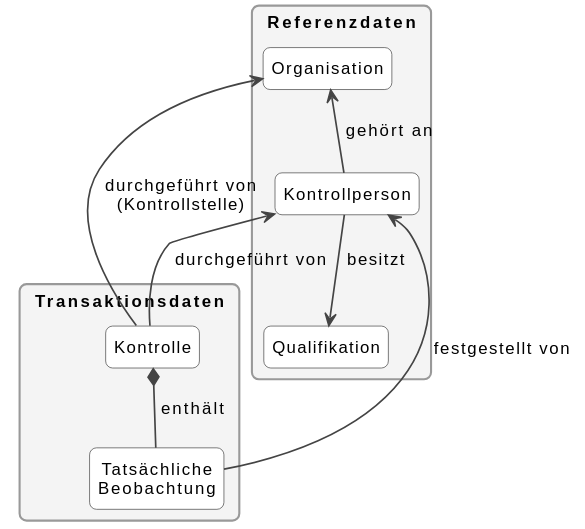
Above: docs/de/assets/excerpts/kontrollperson.svg in blw-ofag-ufag/eCH-0264 (PlantUML), before the change. Source of this version:
```plantuml
@startuml
!pragma layout smetana
skinparam shadowing false
skinparam roundCorner 10
skinparam packageStyle rectangle
skinparam defaultFontSize 12
skinparam Padding 3
skinparam ArrowColor #444444
skinparam ArrowThickness 1.2
skinparam classBorderColor #444444
skinparam classBackgroundColor #FFFFFF
skinparam packageBorderColor #999999
skinparam packageBackgroundColor #F4F4F4
hide circle
hide empty members
package "Referenzdaten" as REF {
  class "Organisation" as ORG
  class "Kontrollperson" as PER
  class "Qualifikation" as QUA
}
package "Transaktionsdaten" as TRX {
  class "Kontrolle" as KON
  class "Tatsächliche\nBeobachtung" as BEO
}
PER -up-> ORG : gehört an
PER --> QUA : besitzt
KON *-down- BEO : enthält
KON -up-> ORG : durchgeführt von\n(Kontrollstelle)
KON -up-> PER : durchgeführt von
BEO -up-> PER : festgestellt von
@enduml
```
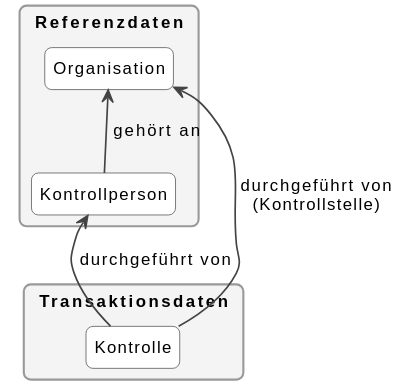
The same diagram one commit later.

Commit message:
Model one Kontrollperson per Kontrolle with its qualifications

What changed in the source:
```diff
@@ -16,16 +16,11 @@
 package "Referenzdaten" as REF {
   class "Organisation" as ORG
   class "Kontrollperson" as PER
-  class "Qualifikation" as QUA
 }
 package "Transaktionsdaten" as TRX {
   class "Kontrolle" as KON
-  class "Tatsächliche\nBeobachtung" as BEO
 }
 PER -up-> ORG : gehört an
-PER --> QUA : besitzt
-KON *-down- BEO : enthält
 KON -up-> ORG : durchgeführt von\n(Kontrollstelle)
 KON -up-> PER : durchgeführt von
-BEO -up-> PER : festgestellt von
 @enduml
```
